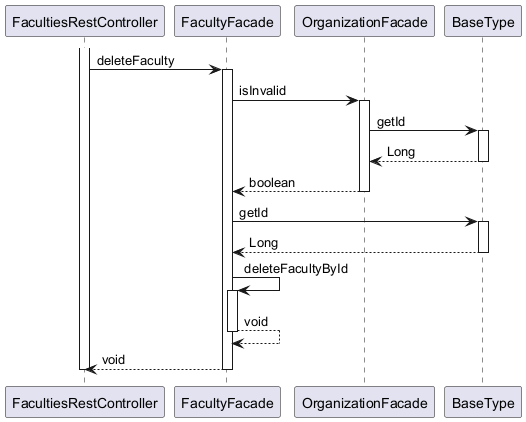
OlegSopilnyak/school-demo keeps this PlantUML diagram as ingress/documentation/html/images/Organization.Faculty.delete.puml.png.png. Above is the earlier version.
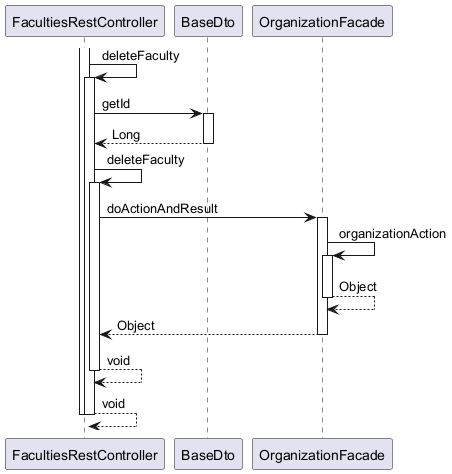
After the change.

Diff of the diagram source:
```diff
@@ -1,31 +1,30 @@
 @startuml
 
 participant FacultiesRestController
-participant FacultyFacade
+participant BaseDto
 participant OrganizationFacade
-participant BaseType
 
 activate FacultiesRestController
-	FacultiesRestController -> FacultyFacade : deleteFaculty
-	activate FacultyFacade
-		FacultyFacade -> OrganizationFacade : isInvalid
-		activate OrganizationFacade
-			OrganizationFacade -> BaseType : getId
-			activate BaseType
-				BaseType --> OrganizationFacade : Long
-			deactivate BaseType
-			OrganizationFacade --> FacultyFacade : boolean
-		deactivate OrganizationFacade
-		FacultyFacade -> BaseType : getId
-		activate BaseType
-			BaseType --> FacultyFacade : Long
-		deactivate BaseType
-		FacultyFacade -> FacultyFacade : deleteFacultyById
-		activate FacultyFacade
-			FacultyFacade --> FacultyFacade : void
-		deactivate FacultyFacade
-		FacultyFacade --> FacultiesRestController : void
-	deactivate FacultyFacade
+	FacultiesRestController -> FacultiesRestController : deleteFaculty
+	activate FacultiesRestController
+		FacultiesRestController -> BaseDto : getId
+		activate BaseDto
+			BaseDto --> FacultiesRestController : Long
+		deactivate BaseDto
+		FacultiesRestController -> FacultiesRestController : deleteFaculty
+		activate FacultiesRestController
+			FacultiesRestController -> OrganizationFacade : doActionAndResult
+			activate OrganizationFacade
+				OrganizationFacade -> OrganizationFacade : organizationAction
+				activate OrganizationFacade
+					OrganizationFacade --> OrganizationFacade : Object
+				deactivate OrganizationFacade
+				OrganizationFacade --> FacultiesRestController : Object
+			deactivate OrganizationFacade
+			FacultiesRestController --> FacultiesRestController : void
+		deactivate FacultiesRestController
+		FacultiesRestController --> FacultiesRestController : void
+	deactivate FacultiesRestController
 deactivate FacultiesRestController
 
 @enduml
```
